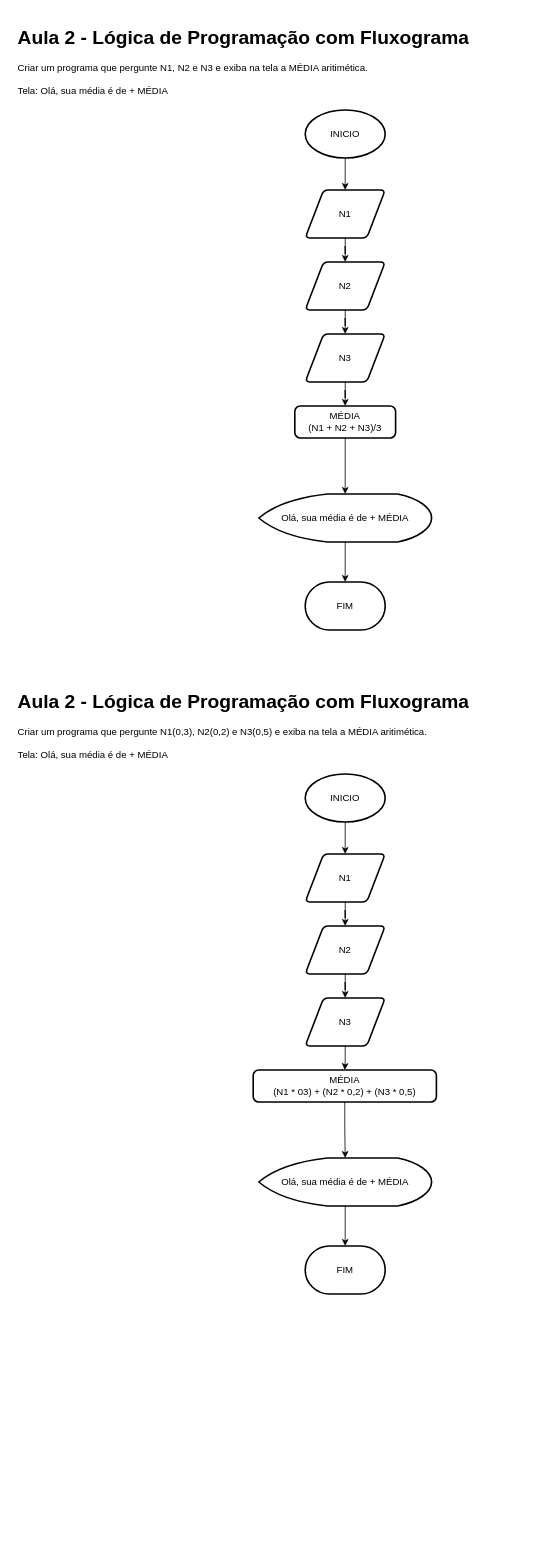
Above: page "3- Ler Notas e Exibir Média" (2 of 5) of Aula 3 - Logica de programação com FLUXOGRAMA.drawio in aran-wesley/CursoCSharp (draw.io), before the change. Source tidied: cells renumbered, new cells numbered last; positions are measured from the earlier drawing's top-left corner, leaving out a move shared by most shapes. Both pictures are drawn from the tidied source at 80%, with x=0, y=0 at pixel (14, 22).
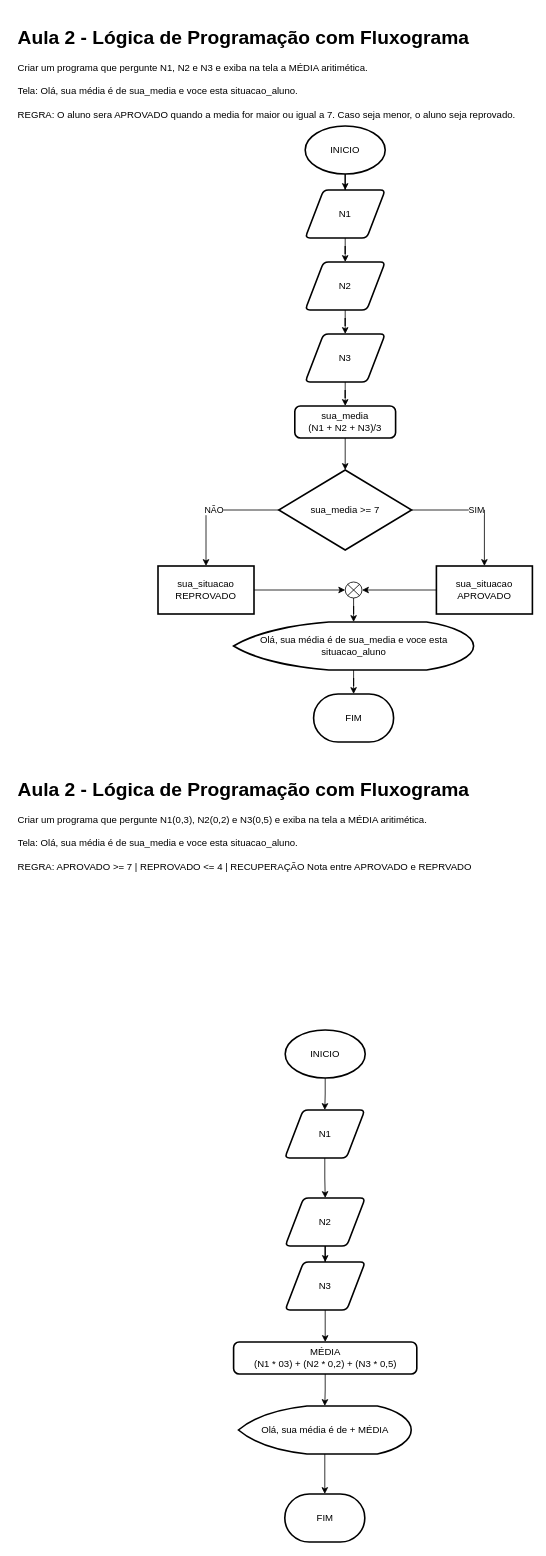
The same diagram, later.

Diff of the diagram source:
```diff
@@
-    <mxCell id="2" value="&lt;h1&gt;Aula 2 - Lógica de Programação com Fluxograma&lt;/h1&gt;&lt;div&gt;&lt;div&gt;Criar um programa que pergunte N1, N2 e N3 e exiba na tela a MÉDIA aritimética.&lt;/div&gt;&lt;div&gt;&lt;br&gt;&lt;/div&gt;&lt;div&gt;Tela:&amp;nbsp;&lt;span style=&quot;text-align: center&quot;&gt;Olá, sua média é de + MÉDIA&lt;/span&gt;&lt;/div&gt;&lt;/div&gt;" style="text;html=1;strokeColor=none;fillColor=none;spacing=5;spacingTop=-20;whiteSpace=wrap;overflow=hidden;rounded=0;" parent="1" vertex="1">
-      <mxGeometry width="640" height="120" as="geometry" />
+    <mxCell id="2" value="&lt;h1&gt;Aula 2 - Lógica de Programação com Fluxograma&lt;/h1&gt;&lt;div&gt;&lt;div&gt;Criar um programa que pergunte N1, N2 e N3 e exiba na tela a MÉDIA aritimética.&lt;/div&gt;&lt;div&gt;&lt;br&gt;&lt;/div&gt;&lt;div&gt;Tela:&amp;nbsp;&lt;span style=&quot;text-align: center&quot;&gt;Olá, sua média é de sua_media e voce esta situacao_aluno.&lt;/span&gt;&lt;/div&gt;&lt;/div&gt;&lt;div&gt;&lt;span style=&quot;text-align: center&quot;&gt;&lt;br&gt;&lt;/span&gt;&lt;/div&gt;&lt;div&gt;&lt;span style=&quot;text-align: center&quot;&gt;REGRA: O aluno sera APROVADO quando a media for maior ou igual a 7. Caso seja menor, o aluno seja reprovado.&lt;/span&gt;&lt;/div&gt;" style="text;html=1;strokeColor=none;fillColor=none;spacing=5;spacingTop=-20;whiteSpace=wrap;overflow=hidden;rounded=0;" parent="1" vertex="1">
+      <mxGeometry width="640" height="140" as="geometry" />
     </mxCell>
@@
     <mxCell id="4" value="INICIO" style="strokeWidth=2;html=1;shape=mxgraph.flowchart.start_1;whiteSpace=wrap;" parent="1" vertex="1">
-      <mxGeometry x="364" y="110" width="100" height="60" as="geometry" />
+      <mxGeometry x="364" y="130" width="100" height="60" as="geometry" />
     </mxCell>
@@
-    <mxCell id="11" style="edgeStyle=orthogonalEdgeStyle;rounded=0;jettySize=auto;html=1;" parent="1" edge="1" source="12" target="14">
-      <mxGeometry relative="1" as="geometry" />
-    </mxCell>
+    <mxCell id="30" style="edgeStyle=orthogonalEdgeStyle;rounded=0;jettySize=auto;html=1;" parent="1" edge="1" source="12" target="33">
+      <mxGeometry relative="1" as="geometry" />
+    </mxCell>
-    <mxCell id="12" value="MÉDIA&lt;br&gt;(N1 + N2 + N3)/3" style="rounded=1;whiteSpace=wrap;html=1;absoluteArcSize=1;arcSize=14;strokeWidth=2;" parent="1" vertex="1">
+    <mxCell id="12" value="sua_media&lt;br&gt;(N1 + N2 + N3)/3" style="rounded=1;whiteSpace=wrap;html=1;absoluteArcSize=1;arcSize=14;strokeWidth=2;" parent="1" vertex="1">
       <mxGeometry x="351" y="480" width="126" height="40" as="geometry" />
     </mxCell>
-    <mxCell id="13" style="edgeStyle=orthogonalEdgeStyle;rounded=0;jettySize=auto;html=1;" parent="1" edge="1" source="14" target="15">
-      <mxGeometry relative="1" as="geometry" />
-    </mxCell>
-    <mxCell id="14" value="Olá, sua média é de + MÉDIA" style="strokeWidth=2;html=1;shape=mxgraph.flowchart.display;whiteSpace=wrap;" parent="1" vertex="1">
-      <mxGeometry x="306" y="590" width="216" height="60" as="geometry" />
-    </mxCell>
     <mxCell id="15" value="FIM" style="strokeWidth=2;html=1;shape=mxgraph.flowchart.terminator;whiteSpace=wrap;" parent="1" vertex="1">
-      <mxGeometry x="364" y="700" width="100" height="60" as="geometry" />
+      <mxGeometry x="374.5" y="840" width="100" height="60" as="geometry" />
     </mxCell>
-    <mxCell id="16" value="&lt;h1&gt;Aula 2 - Lógica de Programação com Fluxograma&lt;/h1&gt;&lt;div&gt;&lt;div&gt;Criar um programa que pergunte N1(0,3), N2(0,2) e N3(0,5) e exiba na tela a MÉDIA aritimética.&lt;/div&gt;&lt;div&gt;&lt;br&gt;&lt;/div&gt;&lt;div&gt;Tela:&amp;nbsp;&lt;span style=&quot;text-align: center&quot;&gt;Olá, sua média é de + MÉDIA&lt;/span&gt;&lt;/div&gt;&lt;/div&gt;" style="text;html=1;strokeColor=none;fillColor=none;spacing=5;spacingTop=-20;whiteSpace=wrap;overflow=hidden;rounded=0;" parent="1" vertex="1">
-      <mxGeometry y="830" width="640" height="120" as="geometry" />
+    <mxCell id="16" value="&lt;h1&gt;Aula 2 - Lógica de Programação com Fluxograma&lt;/h1&gt;&lt;div&gt;&lt;div&gt;Criar um programa que pergunte N1(0,3), N2(0,2) e N3(0,5) e exiba na tela a MÉDIA aritimética.&lt;/div&gt;&lt;div&gt;&lt;br&gt;&lt;/div&gt;&lt;div&gt;Tela:&amp;nbsp;&lt;span style=&quot;text-align: center&quot;&gt;Olá, sua média é de sua_media e voce esta situacao_aluno.&lt;/span&gt;&lt;br&gt;&lt;/div&gt;&lt;/div&gt;&lt;div&gt;&lt;span style=&quot;text-align: center&quot;&gt;&lt;br&gt;&lt;/span&gt;&lt;/div&gt;&lt;div&gt;&lt;span style=&quot;text-align: center&quot;&gt;REGRA: APROVADO &amp;gt;= 7 | REPROVADO &amp;lt;= 4 | RECUPERAÇÃO Nota entre APROVADO e REPRVADO&lt;/span&gt;&lt;/div&gt;" style="text;html=1;strokeColor=none;fillColor=none;spacing=5;spacingTop=-20;whiteSpace=wrap;overflow=hidden;rounded=0;" parent="1" vertex="1">
+      <mxGeometry y="940" width="640" height="150" as="geometry" />
     </mxCell>
@@
     <mxCell id="18" value="INICIO" style="strokeWidth=2;html=1;shape=mxgraph.flowchart.start_1;whiteSpace=wrap;" parent="1" vertex="1">
-      <mxGeometry x="364" y="940" width="100" height="60" as="geometry" />
+      <mxGeometry x="339" y="1260" width="100" height="60" as="geometry" />
     </mxCell>
@@
     <mxCell id="20" value="N1" style="shape=parallelogram;html=1;strokeWidth=2;perimeter=parallelogramPerimeter;whiteSpace=wrap;rounded=1;arcSize=12;size=0.23;" parent="1" vertex="1">
-      <mxGeometry x="364" y="1040" width="100" height="60" as="geometry" />
+      <mxGeometry x="338.5" y="1360" width="100" height="60" as="geometry" />
     </mxCell>
@@
     <mxCell id="22" value="N3" style="shape=parallelogram;html=1;strokeWidth=2;perimeter=parallelogramPerimeter;whiteSpace=wrap;rounded=1;arcSize=12;size=0.23;" parent="1" vertex="1">
-      <mxGeometry x="364" y="1220" width="100" height="60" as="geometry" />
+      <mxGeometry x="339" y="1550" width="100" height="60" as="geometry" />
     </mxCell>
@@
     <mxCell id="24" value="N2" style="shape=parallelogram;html=1;strokeWidth=2;perimeter=parallelogramPerimeter;whiteSpace=wrap;rounded=1;arcSize=12;size=0.23;" parent="1" vertex="1">
-      <mxGeometry x="364" y="1130" width="100" height="60" as="geometry" />
+      <mxGeometry x="339" y="1470" width="100" height="60" as="geometry" />
     </mxCell>
@@
     <mxCell id="26" value="MÉDIA&lt;br&gt;(N1 * 03) + (N2 * 0,2) + (N3 * 0,5)" style="rounded=1;whiteSpace=wrap;html=1;absoluteArcSize=1;arcSize=14;strokeWidth=2;" parent="1" vertex="1">
-      <mxGeometry x="299" y="1310" width="229" height="40" as="geometry" />
+      <mxGeometry x="274.5" y="1650" width="229" height="40" as="geometry" />
     </mxCell>
@@
     <mxCell id="28" value="Olá, sua média é de + MÉDIA" style="strokeWidth=2;html=1;shape=mxgraph.flowchart.display;whiteSpace=wrap;" parent="1" vertex="1">
-      <mxGeometry x="306" y="1420" width="216" height="60" as="geometry" />
+      <mxGeometry x="280.5" y="1730" width="216" height="60" as="geometry" />
     </mxCell>
     <mxCell id="29" value="FIM" style="strokeWidth=2;html=1;shape=mxgraph.flowchart.terminator;whiteSpace=wrap;" parent="1" vertex="1">
-      <mxGeometry x="364" y="1530" width="100" height="60" as="geometry" />
+      <mxGeometry x="338.5" y="1840" width="100" height="60" as="geometry" />
     </mxCell>
+    <mxCell id="31" value="NÃO" style="edgeStyle=orthogonalEdgeStyle;rounded=0;jettySize=auto;html=1;" parent="1" edge="1" source="33" target="39">
+      <mxGeometry relative="1" as="geometry" />
+    </mxCell>
+    <mxCell id="32" value="SIM" style="edgeStyle=orthogonalEdgeStyle;rounded=0;jettySize=auto;html=1;" parent="1" edge="1" source="33" target="41">
+      <mxGeometry relative="1" as="geometry" />
+    </mxCell>
+    <mxCell id="33" value="sua_media &amp;gt;= 7" style="strokeWidth=2;html=1;shape=mxgraph.flowchart.decision;whiteSpace=wrap;" parent="1" vertex="1">
+      <mxGeometry x="331" y="560" width="166" height="100" as="geometry" />
+    </mxCell>
+    <mxCell id="34" style="edgeStyle=orthogonalEdgeStyle;rounded=0;jettySize=auto;html=1;" parent="1" edge="1" source="35" target="15">
+      <mxGeometry relative="1" as="geometry" />
+    </mxCell>
+    <mxCell id="35" value="Olá, sua média é de sua_media e voce esta situacao_aluno" style="strokeWidth=2;html=1;shape=mxgraph.flowchart.display;whiteSpace=wrap;" parent="1" vertex="1">
+      <mxGeometry x="274.5" y="750" width="300" height="60" as="geometry" />
+    </mxCell>
+    <mxCell id="36" style="edgeStyle=orthogonalEdgeStyle;rounded=0;jettySize=auto;html=1;" parent="1" edge="1" source="37" target="35">
+      <mxGeometry relative="1" as="geometry" />
+    </mxCell>
+    <mxCell id="37" style="verticalLabelPosition=bottom;verticalAlign=top;html=1;shape=mxgraph.flowchart.or;" parent="1" vertex="1">
+      <mxGeometry x="414" y="700" width="21" height="20" as="geometry" />
+    </mxCell>
+    <mxCell id="38" style="edgeStyle=orthogonalEdgeStyle;rounded=0;jettySize=auto;html=1;" parent="1" edge="1" source="39" target="37">
+      <mxGeometry relative="1" as="geometry" />
+    </mxCell>
+    <mxCell id="39" value="sua_situacao&lt;br&gt;REPROVADO" style="whiteSpace=wrap;html=1;strokeWidth=2;" parent="1" vertex="1">
+      <mxGeometry x="180" y="680" width="120" height="60" as="geometry" />
+    </mxCell>
+    <mxCell id="40" style="edgeStyle=orthogonalEdgeStyle;rounded=0;jettySize=auto;html=1;entryX=1;entryY=0.5;entryDx=0;entryDy=0;entryPerimeter=0;" parent="1" edge="1" source="41" target="37">
+      <mxGeometry relative="1" as="geometry" />
+    </mxCell>
+    <mxCell id="41" value="sua_situacao&lt;br&gt;APROVADO" style="whiteSpace=wrap;html=1;strokeWidth=2;" parent="1" vertex="1">
+      <mxGeometry x="528" y="680" width="120" height="60" as="geometry" />
+    </mxCell>
```
